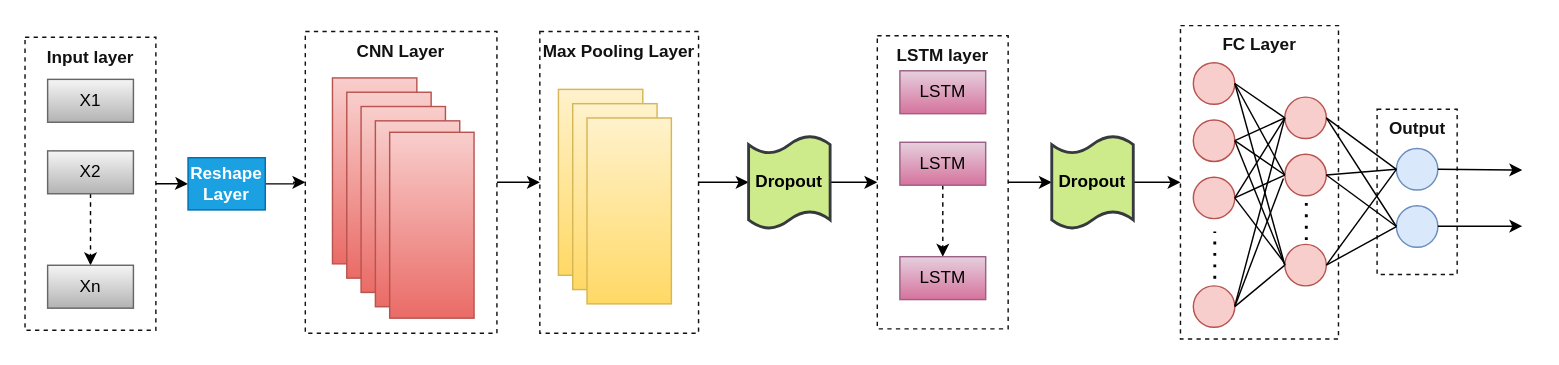
Before: Biểu đồ không có tiêu đề.drawio in phongle18/Candataloader, a draw.io diagram. Source tidied: cells renumbered, new cells numbered last; positions are measured from the earlier drawing's top-left corner, leaving out a move shared by most shapes. Both pictures are drawn from the tidied source at 143%, with x=0, y=0 at pixel (24, 24).
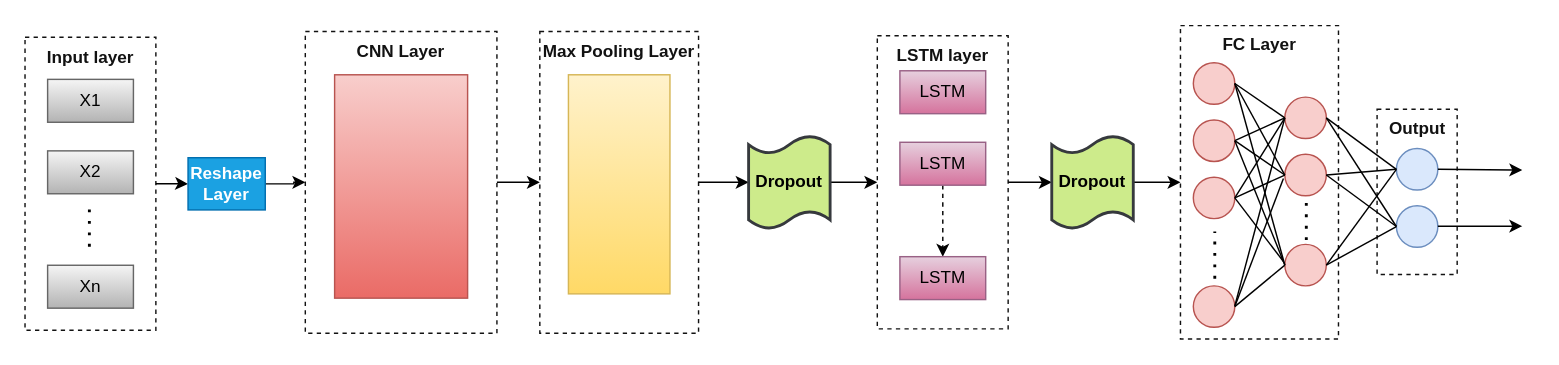
After the change.

Commit message:
Cập nhật Biểu đồ không có tiêu đề.drawio

Unchanged cells that the change refers to:
```xml
<mxCell id="10" value="X2" style="rounded=0;whiteSpace=wrap;html=1;fillColor=#f5f5f5;strokeColor=#666666;gradientColor=#b3b3b3;" parent="1" vertex="1">
  <mxGeometry x="15.8" y="88" width="60" height="30" as="geometry" />
</mxCell>
<mxCell id="11" value="Xn" style="rounded=0;whiteSpace=wrap;html=1;fillColor=#f5f5f5;strokeColor=#666666;gradientColor=#b3b3b3;" parent="1" vertex="1">
  <mxGeometry x="15.8" y="168" width="60" height="30" as="geometry" />
</mxCell>
```

Change to the diagram source:
```diff
@@
-    <mxCell id="9" style="edgeStyle=orthogonalEdgeStyle;rounded=0;jettySize=auto;html=1;dashed=1;" parent="1" edge="1" source="10" target="11">
-      <mxGeometry relative="1" as="geometry" />
-    </mxCell>
@@
     <mxCell id="12" style="rounded=0;whiteSpace=wrap;html=1;fillColor=#f8cecc;strokeColor=#b85450;gradientColor=#ea6b66;" parent="1" vertex="1">
-      <mxGeometry x="215" y="37" width="59" height="130" as="geometry" />
+      <mxGeometry x="216.5" y="34.8" width="93" height="156.2" as="geometry" />
     </mxCell>
-    <mxCell id="13" style="rounded=0;whiteSpace=wrap;html=1;fillColor=#f8cecc;strokeColor=#b85450;gradientColor=#ea6b66;" parent="1" vertex="1">
-      <mxGeometry x="225" y="47" width="59" height="130" as="geometry" />
-    </mxCell>
-    <mxCell id="14" style="rounded=0;whiteSpace=wrap;html=1;fillColor=#f8cecc;strokeColor=#b85450;gradientColor=#ea6b66;" parent="1" vertex="1">
-      <mxGeometry x="235" y="57" width="59" height="130" as="geometry" />
-    </mxCell>
-    <mxCell id="15" style="rounded=0;whiteSpace=wrap;html=1;fillColor=#f8cecc;strokeColor=#b85450;gradientColor=#ea6b66;" parent="1" vertex="1">
-      <mxGeometry x="245" y="67" width="59" height="130" as="geometry" />
-    </mxCell>
-    <mxCell id="16" style="rounded=0;whiteSpace=wrap;html=1;fillColor=#f8cecc;strokeColor=#b85450;gradientColor=#ea6b66;" parent="1" vertex="1">
-      <mxGeometry x="255" y="75" width="59" height="130" as="geometry" />
-    </mxCell>
     <mxCell id="17" style="rounded=0;whiteSpace=wrap;html=1;fillColor=#fff2cc;strokeColor=#d6b656;gradientColor=#ffd966;" parent="1" vertex="1">
-      <mxGeometry x="373" y="45" width="59" height="130" as="geometry" />
+      <mxGeometry x="380" y="34.8" width="71" height="153.2" as="geometry" />
     </mxCell>
-    <mxCell id="18" style="rounded=0;whiteSpace=wrap;html=1;fillColor=#fff2cc;strokeColor=#d6b656;gradientColor=#ffd966;" parent="1" vertex="1">
-      <mxGeometry x="383" y="55" width="59" height="130" as="geometry" />
-    </mxCell>
-    <mxCell id="19" style="rounded=0;whiteSpace=wrap;html=1;fillColor=#fff2cc;strokeColor=#d6b656;gradientColor=#ffd966;" parent="1" vertex="1">
-      <mxGeometry x="393" y="65" width="59" height="130" as="geometry" />
-    </mxCell>
@@
+    <mxCell id="65" style="endArrow=none;dashed=1;html=1;dashPattern=1 3;strokeWidth=2;rounded=0;" parent="1" edge="1">
+      <mxGeometry relative="1" as="geometry">
+        <mxPoint x="45" y="155" as="sourcePoint" />
+        <mxPoint x="45" y="126.4" as="targetPoint" />
+      </mxGeometry>
+    </mxCell>
```
